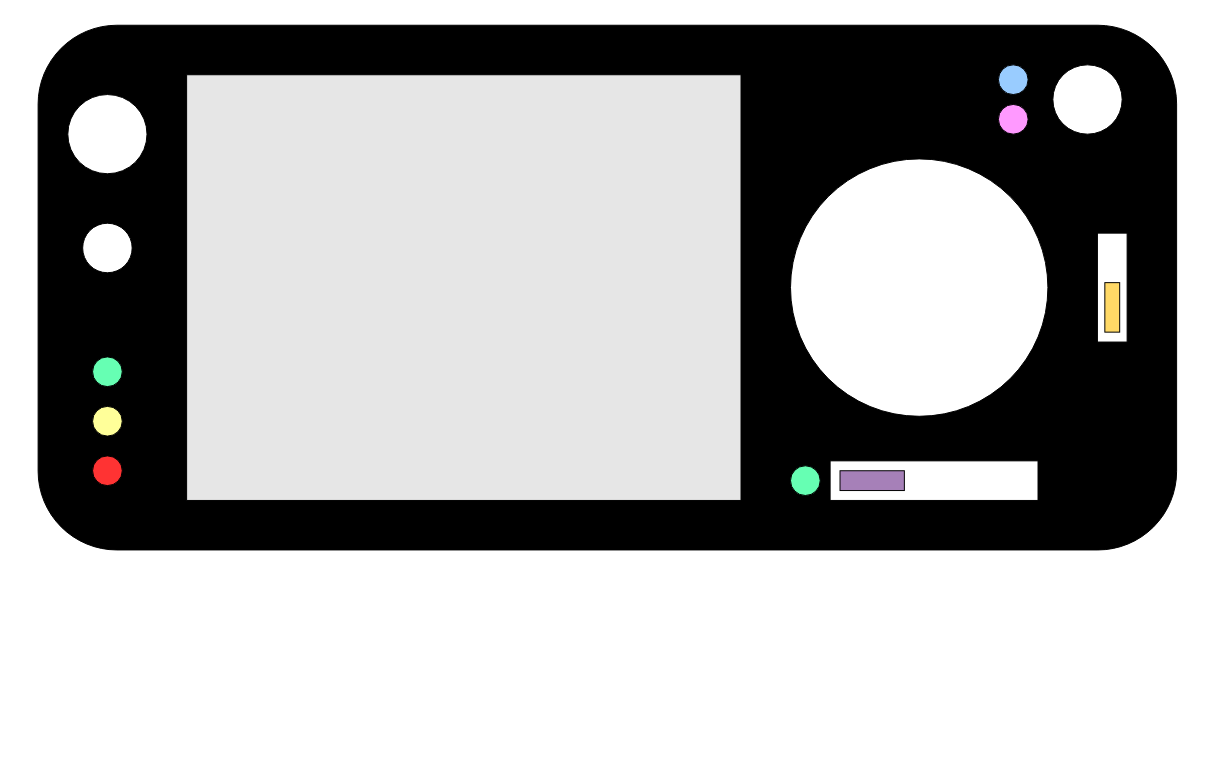
The draw.io diagram Hardware/Requirements/FSE Device Sketch.drawio in memphis242/FrequencySensorEmulator, before the edit. Source tidied: cells renumbered, new cells numbered last; positions are measured from the earlier drawing's top-left corner, leaving out a move shared by most shapes. Both pictures are drawn from the tidied source at 99%, with x=0, y=0 at pixel (38, 25).
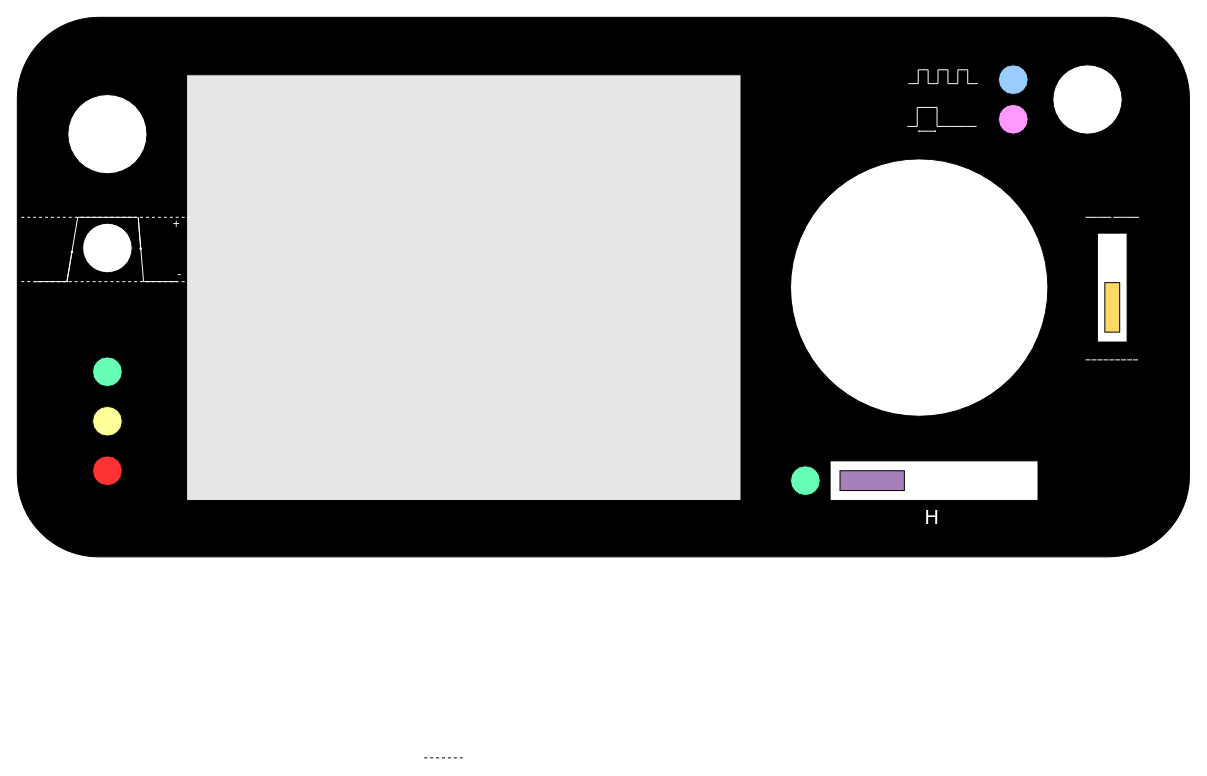
After the change.

Commit message:
Icons added to sketch

The change refers to these unchanged cells:
```xml
<mxCell id="14" style="group;" parent="1" vertex="1">
  <mxGeometry x="970" y="40" width="125" height="70" as="geometry" />
</mxCell>
<mxCell id="17" style="ellipse;whiteSpace=wrap;html=1;fillColor=#FF99FF;" parent="14" vertex="1">
  <mxGeometry y="40" width="30" height="30" as="geometry" />
</mxCell>
```

Diff of the diagram source:
```diff
@@
     <mxCell id="2" style="rounded=1;whiteSpace=wrap;html=1;fillColor=#000000;" parent="1" vertex="1">
-      <mxGeometry width="1150" height="530" as="geometry" />
+      <mxGeometry x="-21" y="-8" width="1184" height="545" as="geometry" />
     </mxCell>
@@
-    <mxCell id="7" style="group;" parent="1" vertex="1">
-      <mxGeometry x="1070" y="210" width="30" height="110" as="geometry" />
-    </mxCell>
-    <mxCell id="8" style="rounded=0;whiteSpace=wrap;html=1;" parent="7" vertex="1">
-      <mxGeometry width="30" height="110" as="geometry" />
-    </mxCell>
-    <mxCell id="9" style="rounded=0;whiteSpace=wrap;html=1;fillColor=#FFD966;" parent="7" vertex="1">
-      <mxGeometry x="7.5" y="50" width="15" height="50" as="geometry" />
-    </mxCell>
@@
+    <mxCell id="22" style="edgeStyle=orthogonalEdgeStyle;rounded=0;orthogonalLoop=1;jettySize=auto;html=1;exitX=0.5;exitY=1;exitDx=0;exitDy=0;" parent="14" edge="1" source="17" target="17">
+      <mxGeometry relative="1" as="geometry" />
+    </mxCell>
@@
+    <mxCell id="23" style="endArrow=none;dashed=1;html=1;rounded=0;fillColor=#FFFFFF;" parent="1" edge="1">
+      <mxGeometry relative="1" as="geometry">
+        <mxPoint x="390" y="740" as="sourcePoint" />
+        <mxPoint x="430" y="740" as="targetPoint" />
+      </mxGeometry>
+    </mxCell>
+    <mxCell id="24" style="orthogonalLoop=1;jettySize=auto;html=1;rounded=0;fillColor=#FFFFFF;strokeColor=#FFFFFF;endArrow=none;endFill=0;startFill=0;" parent="1" edge="1">
+      <mxGeometry relative="1" as="geometry">
+        <mxPoint x="1058" y="194" as="sourcePoint" />
+        <mxPoint x="1070" y="194" as="targetPoint" />
+      </mxGeometry>
+    </mxCell>
+    <mxCell id="25" style="orthogonalLoop=1;jettySize=auto;html=1;rounded=0;fillColor=#FFFFFF;strokeColor=#FFFFFF;endArrow=none;endFill=0;startFill=0;" parent="1" edge="1">
+      <mxGeometry relative="1" as="geometry">
+        <mxPoint x="1100" y="194" as="sourcePoint" />
+        <mxPoint x="1112" y="194" as="targetPoint" />
+      </mxGeometry>
+    </mxCell>
+    <mxCell id="26" style="group;" parent="1" vertex="1">
+      <mxGeometry x="1058" y="194" width="53" height="144" as="geometry" />
+    </mxCell>
+    <mxCell id="7" style="group;" parent="26" vertex="1">
+      <mxGeometry x="12" y="16" width="30" height="110" as="geometry" />
+    </mxCell>
+    <mxCell id="8" style="rounded=0;whiteSpace=wrap;html=1;" parent="7" vertex="1">
+      <mxGeometry width="30" height="110" as="geometry" />
+    </mxCell>
+    <mxCell id="9" style="rounded=0;whiteSpace=wrap;html=1;fillColor=#FFD966;" parent="7" vertex="1">
+      <mxGeometry x="7.5" y="50" width="15" height="50" as="geometry" />
+    </mxCell>
+    <mxCell id="27" style="orthogonalLoop=1;jettySize=auto;html=1;rounded=0;fillColor=#FFFFFF;strokeColor=#FFFFFF;endArrow=none;endFill=0;startFill=0;" parent="26" edge="1">
+      <mxGeometry relative="1" as="geometry">
+        <mxPoint y="144" as="sourcePoint" />
+        <mxPoint x="5" y="144" as="targetPoint" />
+      </mxGeometry>
+    </mxCell>
+    <mxCell id="28" style="orthogonalLoop=1;jettySize=auto;html=1;rounded=0;fillColor=#FFFFFF;strokeColor=#FFFFFF;endArrow=none;endFill=0;startFill=0;" parent="26" edge="1">
+      <mxGeometry relative="1" as="geometry">
+        <mxPoint x="12" y="144" as="sourcePoint" />
+        <mxPoint x="17" y="144" as="targetPoint" />
+      </mxGeometry>
+    </mxCell>
+    <mxCell id="29" style="orthogonalLoop=1;jettySize=auto;html=1;rounded=0;fillColor=#FFFFFF;strokeColor=#FFFFFF;endArrow=none;endFill=0;startFill=0;" parent="26" edge="1">
+      <mxGeometry relative="1" as="geometry">
+        <mxPoint x="6" y="144" as="sourcePoint" />
+        <mxPoint x="11" y="144" as="targetPoint" />
+      </mxGeometry>
+    </mxCell>
+    <mxCell id="30" style="orthogonalLoop=1;jettySize=auto;html=1;rounded=0;fillColor=#FFFFFF;strokeColor=#FFFFFF;endArrow=none;endFill=0;startFill=0;" parent="26" edge="1">
+      <mxGeometry relative="1" as="geometry">
+        <mxPoint x="18" y="144" as="sourcePoint" />
+        <mxPoint x="23" y="144" as="targetPoint" />
+      </mxGeometry>
+    </mxCell>
+    <mxCell id="31" style="orthogonalLoop=1;jettySize=auto;html=1;rounded=0;fillColor=#FFFFFF;strokeColor=#FFFFFF;endArrow=none;endFill=0;startFill=0;" parent="26" edge="1">
+      <mxGeometry relative="1" as="geometry">
+        <mxPoint x="24" y="144" as="sourcePoint" />
+        <mxPoint x="29" y="144" as="targetPoint" />
+      </mxGeometry>
+    </mxCell>
+    <mxCell id="32" style="orthogonalLoop=1;jettySize=auto;html=1;rounded=0;fillColor=#FFFFFF;strokeColor=#FFFFFF;endArrow=none;endFill=0;startFill=0;" parent="26" edge="1">
+      <mxGeometry relative="1" as="geometry">
+        <mxPoint x="30" y="144" as="sourcePoint" />
+        <mxPoint x="35" y="144" as="targetPoint" />
+      </mxGeometry>
+    </mxCell>
+    <mxCell id="33" style="orthogonalLoop=1;jettySize=auto;html=1;rounded=0;fillColor=#FFFFFF;strokeColor=#FFFFFF;endArrow=none;endFill=0;startFill=0;" parent="26" edge="1">
+      <mxGeometry relative="1" as="geometry">
+        <mxPoint x="36" y="144" as="sourcePoint" />
+        <mxPoint x="41" y="144" as="targetPoint" />
+      </mxGeometry>
+    </mxCell>
+    <mxCell id="34" style="orthogonalLoop=1;jettySize=auto;html=1;rounded=0;fillColor=#FFFFFF;strokeColor=#FFFFFF;endArrow=none;endFill=0;startFill=0;" parent="26" edge="1">
+      <mxGeometry relative="1" as="geometry">
+        <mxPoint x="42" y="144" as="sourcePoint" />
+        <mxPoint x="47" y="144" as="targetPoint" />
+      </mxGeometry>
+    </mxCell>
+    <mxCell id="35" style="orthogonalLoop=1;jettySize=auto;html=1;rounded=0;fillColor=#FFFFFF;strokeColor=#FFFFFF;endArrow=none;endFill=0;startFill=0;" parent="26" edge="1">
+      <mxGeometry relative="1" as="geometry">
+        <mxPoint x="48" y="144" as="sourcePoint" />
+        <mxPoint x="53" y="144" as="targetPoint" />
+      </mxGeometry>
+    </mxCell>
+    <mxCell id="36" style="orthogonalLoop=1;jettySize=auto;html=1;rounded=0;fillColor=#FFFFFF;strokeColor=#FFFFFF;endArrow=none;endFill=0;startFill=0;" parent="26" edge="1">
+      <mxGeometry relative="1" as="geometry">
+        <mxPoint x="12" as="sourcePoint" />
+        <mxPoint x="26" as="targetPoint" />
+      </mxGeometry>
+    </mxCell>
+    <mxCell id="37" style="orthogonalLoop=1;jettySize=auto;html=1;rounded=0;fillColor=#FFFFFF;strokeColor=#FFFFFF;endArrow=none;endFill=0;startFill=0;" parent="26" edge="1">
+      <mxGeometry relative="1" as="geometry">
+        <mxPoint x="28" as="sourcePoint" />
+        <mxPoint x="42" as="targetPoint" />
+      </mxGeometry>
+    </mxCell>
+    <mxCell id="38" value="&lt;font style=&quot;font-size: 20px; color: rgb(255, 255, 255);&quot; face=&quot;Verdana&quot;&gt;H&lt;/font&gt;" style="text;html=1;align=center;verticalAlign=middle;whiteSpace=wrap;rounded=0;" parent="1" vertex="1">
+      <mxGeometry x="873" y="481" width="60" height="30" as="geometry" />
+    </mxCell>
+    <mxCell id="39" style="group;" parent="1" vertex="1">
+      <mxGeometry x="879" y="45" width="70" height="14" as="geometry" />
+    </mxCell>
+    <mxCell id="40" style="edgeStyle=none;orthogonalLoop=1;jettySize=auto;html=1;rounded=0;endArrow=none;startFill=0;strokeColor=#FFFFFF;" parent="39" edge="1">
+      <mxGeometry relative="1" as="geometry">
+        <mxPoint y="14" as="sourcePoint" />
+        <mxPoint x="10" y="14" as="targetPoint" />
+      </mxGeometry>
+    </mxCell>
+    <mxCell id="41" style="edgeStyle=none;orthogonalLoop=1;jettySize=auto;html=1;rounded=0;endArrow=none;startFill=0;strokeColor=#FFFFFF;" parent="39" edge="1">
+      <mxGeometry relative="1" as="geometry">
+        <mxPoint x="10" y="14" as="sourcePoint" />
+        <mxPoint x="10" as="targetPoint" />
+      </mxGeometry>
+    </mxCell>
+    <mxCell id="42" style="edgeStyle=none;orthogonalLoop=1;jettySize=auto;html=1;rounded=0;endArrow=none;startFill=0;strokeColor=#FFFFFF;" parent="39" edge="1">
+      <mxGeometry relative="1" as="geometry">
+        <mxPoint x="10" as="sourcePoint" />
+        <mxPoint x="20" as="targetPoint" />
+      </mxGeometry>
+    </mxCell>
+    <mxCell id="43" style="edgeStyle=none;orthogonalLoop=1;jettySize=auto;html=1;rounded=0;endArrow=none;startFill=0;strokeColor=#FFFFFF;" parent="39" edge="1">
+      <mxGeometry relative="1" as="geometry">
+        <mxPoint x="20" y="14" as="sourcePoint" />
+        <mxPoint x="20" as="targetPoint" />
+      </mxGeometry>
+    </mxCell>
+    <mxCell id="44" style="edgeStyle=none;orthogonalLoop=1;jettySize=auto;html=1;rounded=0;endArrow=none;startFill=0;strokeColor=#FFFFFF;" parent="39" edge="1">
+      <mxGeometry relative="1" as="geometry">
+        <mxPoint x="20" y="14" as="sourcePoint" />
+        <mxPoint x="30" y="14" as="targetPoint" />
+      </mxGeometry>
+    </mxCell>
+    <mxCell id="45" style="edgeStyle=none;orthogonalLoop=1;jettySize=auto;html=1;rounded=0;endArrow=none;startFill=0;strokeColor=#FFFFFF;" parent="39" edge="1">
+      <mxGeometry relative="1" as="geometry">
+        <mxPoint x="30" y="14" as="sourcePoint" />
+        <mxPoint x="30" as="targetPoint" />
+      </mxGeometry>
+    </mxCell>
+    <mxCell id="46" style="edgeStyle=none;orthogonalLoop=1;jettySize=auto;html=1;rounded=0;endArrow=none;startFill=0;strokeColor=#FFFFFF;" parent="39" edge="1">
+      <mxGeometry relative="1" as="geometry">
+        <mxPoint x="30" as="sourcePoint" />
+        <mxPoint x="40" as="targetPoint" />
+      </mxGeometry>
+    </mxCell>
+    <mxCell id="47" style="edgeStyle=none;orthogonalLoop=1;jettySize=auto;html=1;rounded=0;endArrow=none;startFill=0;strokeColor=#FFFFFF;" parent="39" edge="1">
+      <mxGeometry relative="1" as="geometry">
+        <mxPoint x="40" y="14" as="sourcePoint" />
+        <mxPoint x="50" y="14" as="targetPoint" />
+      </mxGeometry>
+    </mxCell>
+    <mxCell id="48" style="edgeStyle=none;orthogonalLoop=1;jettySize=auto;html=1;rounded=0;endArrow=none;startFill=0;strokeColor=#FFFFFF;" parent="39" edge="1">
+      <mxGeometry relative="1" as="geometry">
+        <mxPoint x="50" y="14" as="sourcePoint" />
+        <mxPoint x="50" as="targetPoint" />
+      </mxGeometry>
+    </mxCell>
+    <mxCell id="49" style="edgeStyle=none;orthogonalLoop=1;jettySize=auto;html=1;rounded=0;endArrow=none;startFill=0;strokeColor=#FFFFFF;" parent="39" edge="1">
+      <mxGeometry relative="1" as="geometry">
+        <mxPoint x="50" as="sourcePoint" />
+        <mxPoint x="60" as="targetPoint" />
+      </mxGeometry>
+    </mxCell>
+    <mxCell id="50" style="edgeStyle=none;orthogonalLoop=1;jettySize=auto;html=1;rounded=0;endArrow=none;startFill=0;strokeColor=#FFFFFF;" parent="39" edge="1">
+      <mxGeometry relative="1" as="geometry">
+        <mxPoint x="60" y="14" as="sourcePoint" />
+        <mxPoint x="60" as="targetPoint" />
+      </mxGeometry>
+    </mxCell>
+    <mxCell id="51" style="edgeStyle=none;orthogonalLoop=1;jettySize=auto;html=1;rounded=0;endArrow=none;startFill=0;strokeColor=#FFFFFF;" parent="39" edge="1">
+      <mxGeometry relative="1" as="geometry">
+        <mxPoint x="60" y="14" as="sourcePoint" />
+        <mxPoint x="70" y="14" as="targetPoint" />
+      </mxGeometry>
+    </mxCell>
+    <mxCell id="52" style="edgeStyle=none;orthogonalLoop=1;jettySize=auto;html=1;rounded=0;endArrow=none;startFill=0;strokeColor=#FFFFFF;" parent="39" edge="1">
+      <mxGeometry relative="1" as="geometry">
+        <mxPoint x="40" y="14" as="sourcePoint" />
+        <mxPoint x="40" as="targetPoint" />
+      </mxGeometry>
+    </mxCell>
+    <mxCell id="53" style="group;" parent="1" vertex="1">
+      <mxGeometry x="878" y="83" width="70" height="24" as="geometry" />
+    </mxCell>
+    <mxCell id="54" style="edgeStyle=none;orthogonalLoop=1;jettySize=auto;html=1;rounded=0;endArrow=none;startFill=0;strokeColor=#FFFFFF;" parent="53" edge="1">
+      <mxGeometry relative="1" as="geometry">
+        <mxPoint y="19.2" as="sourcePoint" />
+        <mxPoint x="10" y="19.2" as="targetPoint" />
+      </mxGeometry>
+    </mxCell>
+    <mxCell id="55" style="edgeStyle=none;orthogonalLoop=1;jettySize=auto;html=1;rounded=0;endArrow=none;startFill=0;strokeColor=#FFFFFF;" parent="53" edge="1">
+      <mxGeometry relative="1" as="geometry">
+        <mxPoint x="10" y="19.2" as="sourcePoint" />
+        <mxPoint x="10" as="targetPoint" />
+      </mxGeometry>
+    </mxCell>
+    <mxCell id="56" style="edgeStyle=none;orthogonalLoop=1;jettySize=auto;html=1;rounded=0;endArrow=none;startFill=0;strokeColor=#FFFFFF;" parent="53" edge="1">
+      <mxGeometry relative="1" as="geometry">
+        <mxPoint x="10" as="sourcePoint" />
+        <mxPoint x="30" as="targetPoint" />
+      </mxGeometry>
+    </mxCell>
+    <mxCell id="57" style="edgeStyle=none;orthogonalLoop=1;jettySize=auto;html=1;rounded=0;endArrow=none;startFill=0;strokeColor=#FFFFFF;" parent="53" edge="1">
+      <mxGeometry relative="1" as="geometry">
+        <mxPoint x="30" y="19.2" as="sourcePoint" />
+        <mxPoint x="30" as="targetPoint" />
+      </mxGeometry>
+    </mxCell>
+    <mxCell id="58" style="edgeStyle=none;orthogonalLoop=1;jettySize=auto;html=1;rounded=0;endArrow=none;startFill=0;strokeColor=#FFFFFF;" parent="53" edge="1">
+      <mxGeometry relative="1" as="geometry">
+        <mxPoint x="30" y="19.2" as="sourcePoint" />
+        <mxPoint x="40" y="19.2" as="targetPoint" />
+      </mxGeometry>
+    </mxCell>
+    <mxCell id="59" style="edgeStyle=none;orthogonalLoop=1;jettySize=auto;html=1;rounded=0;endArrow=none;startFill=0;strokeColor=#FFFFFF;" parent="53" edge="1">
+      <mxGeometry relative="1" as="geometry">
+        <mxPoint x="40" y="19.2" as="sourcePoint" />
+        <mxPoint x="60" y="19.2" as="targetPoint" />
+      </mxGeometry>
+    </mxCell>
+    <mxCell id="60" style="edgeStyle=none;orthogonalLoop=1;jettySize=auto;html=1;rounded=0;endArrow=none;startFill=0;strokeColor=#FFFFFF;" parent="53" edge="1">
+      <mxGeometry relative="1" as="geometry">
+        <mxPoint x="60" y="19.2" as="sourcePoint" />
+        <mxPoint x="70" y="19.2" as="targetPoint" />
+      </mxGeometry>
+    </mxCell>
+    <mxCell id="61" style="edgeStyle=none;orthogonalLoop=1;jettySize=auto;html=1;rounded=0;endArrow=classicThin;startFill=0;strokeColor=#FFFFFF;startArrow=classicThin;endFill=0;endSize=0;startSize=0;" parent="53" edge="1">
+      <mxGeometry relative="1" as="geometry">
+        <mxPoint x="10" y="24" as="sourcePoint" />
+        <mxPoint x="30" y="24" as="targetPoint" />
+      </mxGeometry>
+    </mxCell>
+    <mxCell id="62" style="group;" parent="1" vertex="1">
+      <mxGeometry x="-17" y="194" width="185" height="68" as="geometry" />
+    </mxCell>
+    <mxCell id="63" style="edgeStyle=none;orthogonalLoop=1;jettySize=auto;html=1;rounded=0;endArrow=none;startFill=0;dashed=1;strokeColor=#FFFFFF;" parent="62" edge="1">
+      <mxGeometry relative="1" as="geometry">
+        <mxPoint as="sourcePoint" />
+        <mxPoint x="171" as="targetPoint" />
+      </mxGeometry>
+    </mxCell>
+    <mxCell id="64" style="edgeStyle=none;orthogonalLoop=1;jettySize=auto;html=1;rounded=0;endArrow=none;startFill=0;dashed=1;strokeColor=#FFFFFF;" parent="62" edge="1">
+      <mxGeometry relative="1" as="geometry">
+        <mxPoint y="65" as="sourcePoint" />
+        <mxPoint x="166.9" y="65" as="targetPoint" />
+      </mxGeometry>
+    </mxCell>
+    <mxCell id="65" style="edgeStyle=none;orthogonalLoop=1;jettySize=auto;html=1;rounded=0;endArrow=none;startFill=0;strokeColor=#FFFFFF;" parent="62" edge="1">
+      <mxGeometry relative="1" as="geometry">
+        <mxPoint x="13.6" y="65" as="sourcePoint" />
+        <mxPoint x="47.5" y="65" as="targetPoint" />
+      </mxGeometry>
+    </mxCell>
+    <mxCell id="66" style="edgeStyle=none;orthogonalLoop=1;jettySize=auto;html=1;rounded=0;endArrow=none;startFill=0;strokeColor=#FFFFFF;" parent="62" edge="1">
+      <mxGeometry relative="1" as="geometry">
+        <mxPoint x="57" as="sourcePoint" />
+        <mxPoint x="116.7" as="targetPoint" />
+      </mxGeometry>
+    </mxCell>
+    <mxCell id="67" style="edgeStyle=none;orthogonalLoop=1;jettySize=auto;html=1;rounded=0;endArrow=none;startFill=0;strokeColor=#FFFFFF;" parent="62" edge="1">
+      <mxGeometry relative="1" as="geometry">
+        <mxPoint x="46.1" y="65" as="sourcePoint" />
+        <mxPoint x="57" as="targetPoint" />
+      </mxGeometry>
+    </mxCell>
+    <mxCell id="68" style="edgeStyle=none;orthogonalLoop=1;jettySize=auto;html=1;rounded=0;endArrow=classic;startFill=0;endFill=0;endSize=1;strokeColor=#FFFFFF;" parent="62" edge="1">
+      <mxGeometry relative="1" as="geometry">
+        <mxPoint x="46.1" y="65" as="sourcePoint" />
+        <mxPoint x="51.6" y="32.5" as="targetPoint" />
+      </mxGeometry>
+    </mxCell>
+    <mxCell id="69" style="edgeStyle=none;orthogonalLoop=1;jettySize=auto;html=1;rounded=0;endArrow=none;startFill=0;strokeColor=#FFFFFF;" parent="62" edge="1">
+      <mxGeometry relative="1" as="geometry">
+        <mxPoint x="123.5" y="65" as="sourcePoint" />
+        <mxPoint x="157.4" y="65" as="targetPoint" />
+      </mxGeometry>
+    </mxCell>
+    <mxCell id="70" style="edgeStyle=none;orthogonalLoop=1;jettySize=auto;html=1;rounded=0;endArrow=none;startFill=0;strokeColor=#FFFFFF;" parent="62" edge="1">
+      <mxGeometry relative="1" as="geometry">
+        <mxPoint x="123.5" y="65" as="sourcePoint" />
+        <mxPoint x="118.1" as="targetPoint" />
+      </mxGeometry>
+    </mxCell>
+    <mxCell id="71" style="edgeStyle=none;orthogonalLoop=1;jettySize=auto;html=1;rounded=0;endArrow=classic;startFill=0;endFill=0;endSize=1;strokeColor=#FFFFFF;" parent="62" edge="1">
+      <mxGeometry relative="1" as="geometry">
+        <mxPoint x="118.1" as="sourcePoint" />
+        <mxPoint x="120.8" y="34.3" as="targetPoint" />
+      </mxGeometry>
+    </mxCell>
+    <mxCell id="72" value="&lt;font style=&quot;color: rgb(255, 255, 255);&quot;&gt;-&lt;/font&gt;" style="text;html=1;align=center;verticalAlign=middle;whiteSpace=wrap;rounded=0;" parent="62" vertex="1">
+      <mxGeometry x="130" y="43" width="60" height="30" as="geometry" />
+    </mxCell>
+    <mxCell id="73" value="&lt;font style=&quot;color: rgb(255, 255, 255);&quot;&gt;+&lt;/font&gt;" style="text;html=1;align=center;verticalAlign=middle;whiteSpace=wrap;rounded=0;" parent="1" vertex="1">
+      <mxGeometry x="110" y="186" width="60" height="30" as="geometry" />
+    </mxCell>
```
